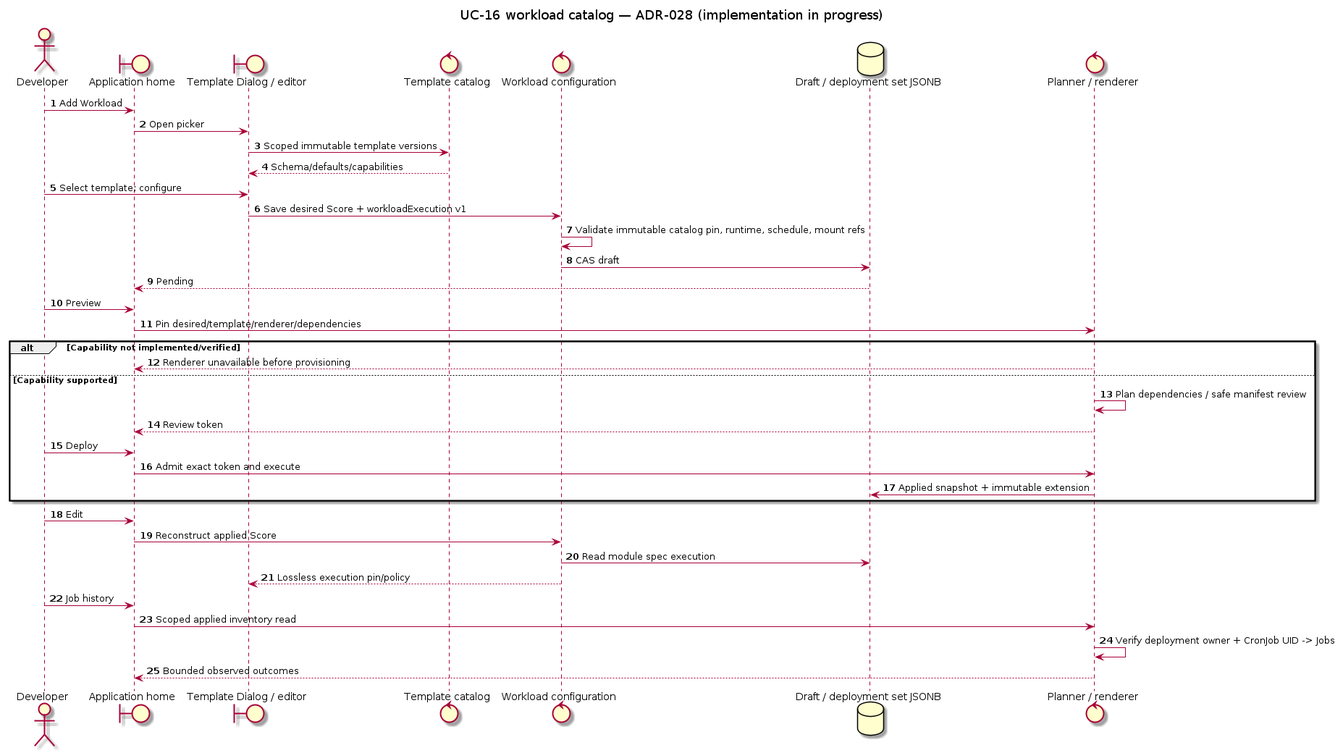
pr3s3nt/poc keeps this PlantUML diagram as orchestrator_docs/usecase/UC-16/workload-catalog-sequence.png. Above is the earlier version. Its source is kept beside it as orchestrator_docs/usecase/UC-16/workload-catalog-sequence.puml.
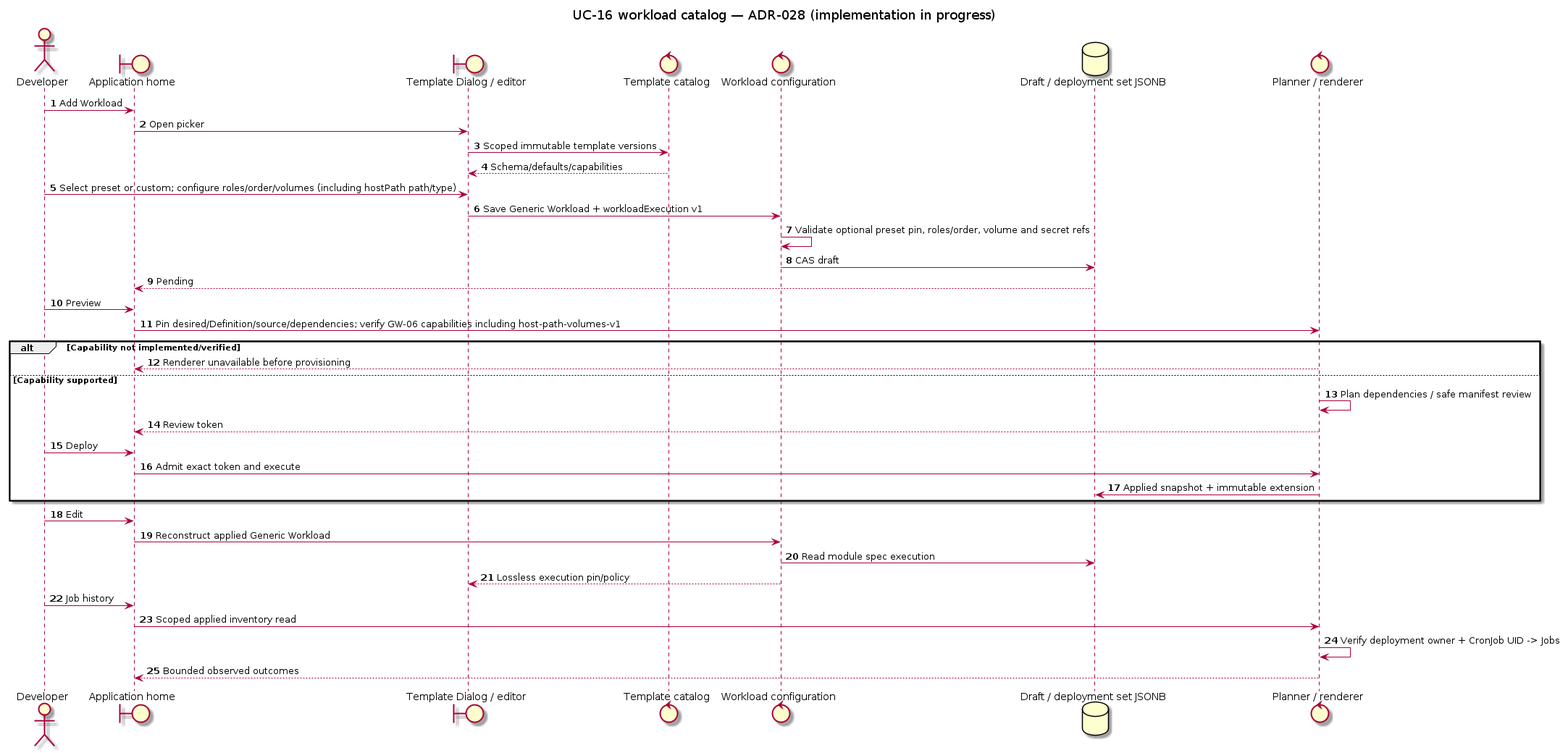
The same diagram one commit later.

What changed in the source:
```diff
@@ -12,13 +12,13 @@
 Home -> UI: Open picker
 UI -> Catalog: Scoped immutable template versions
 Catalog --> UI: Schema/defaults/capabilities
-Developer -> UI: Select template; configure
-UI -> Config: Save desired Score + workloadExecution v1
-Config -> Config: Validate immutable catalog pin, runtime, schedule, mount refs
+Developer -> UI: Select preset or custom; configure roles/order/volumes (including hostPath path/type)
+UI -> Config: Save Generic Workload + workloadExecution v1
+Config -> Config: Validate optional preset pin, roles/order, volume and secret refs
 Config -> Store: CAS draft
 Store --> Home: Pending
 Developer -> Home: Preview
-Home -> Runtime: Pin desired/template/renderer/dependencies
+Home -> Runtime: Pin desired/Definition/source/dependencies; verify GW-06 capabilities including host-path-volumes-v1
 alt Capability not implemented/verified
  Runtime --> Home: Renderer unavailable before provisioning
 else Capability supported
@@ -29,7 +29,7 @@
  Runtime -> Store: Applied snapshot + immutable extension
 end
 Developer -> Home: Edit
-Home -> Config: Reconstruct applied Score
+Home -> Config: Reconstruct applied Generic Workload
 Config -> Store: Read module spec execution
 Config --> UI: Lossless execution pin/policy
 Developer -> Home: Job history
```
